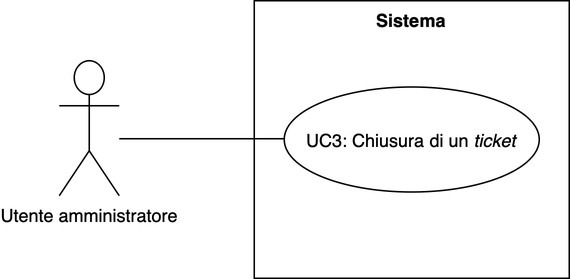
Before: images/uc3.png, a diagram exported from draw.io (EndyXVIII/thesis-unipd). Source tidied: cells renumbered, new cells last; positions are measured from the earlier drawing's top-left corner, leaving out a move shared by most shapes.
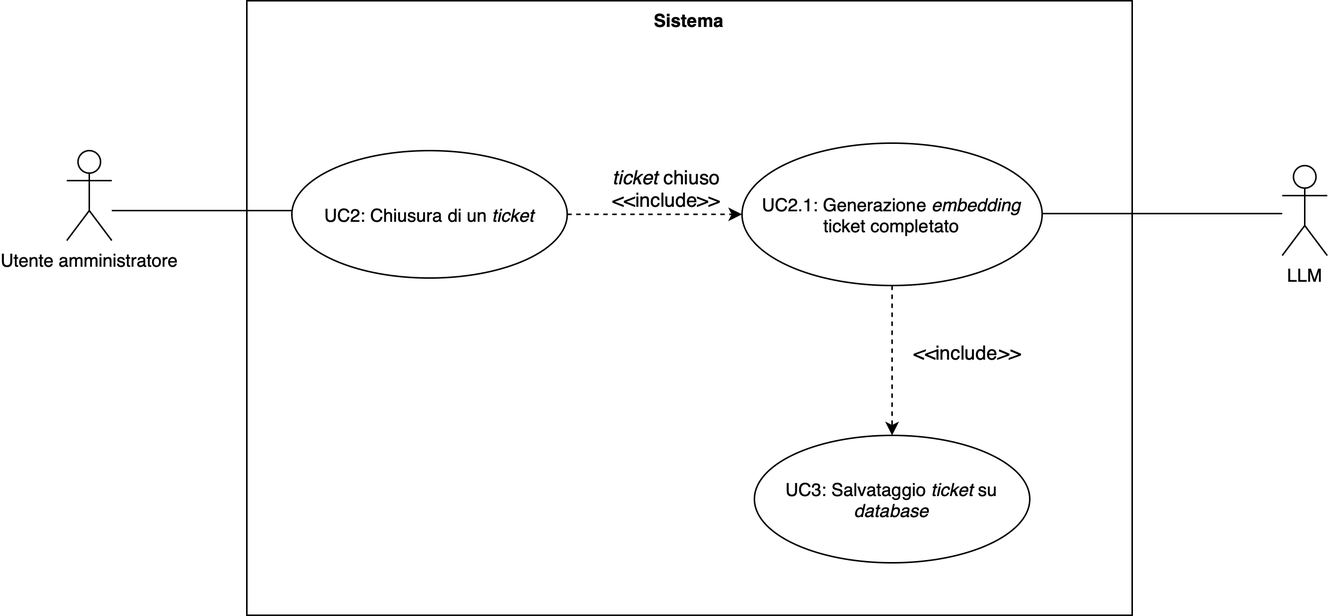
After the commit.

Diff of the diagram source:
```diff
@@ -2,20 +2,47 @@
   <root>
     <mxCell id="0" />
     <mxCell id="1" parent="0" />
-    <mxCell id="2" value="Utente amministratore" style="shape=umlActor;verticalLabelPosition=bottom;verticalAlign=top;html=1;" parent="1" vertex="1">
-      <mxGeometry y="40" width="40" height="90" as="geometry" />
+    <mxCell id="2" value="Utente amministratore&lt;div&gt;&lt;br&gt;&lt;/div&gt;" style="shape=umlActor;verticalLabelPosition=bottom;verticalAlign=top;html=1;" parent="1" vertex="1">
+      <mxGeometry x="-160" y="110" width="30" height="60" as="geometry" />
     </mxCell>
     <mxCell id="3" value="Sistema" style="shape=rect;html=1;verticalAlign=top;fontStyle=1;whiteSpace=wrap;align=center;" parent="1" vertex="1">
-      <mxGeometry x="130" width="210" height="185" as="geometry" />
+      <mxGeometry x="-40" y="10" width="590" height="410" as="geometry" />
     </mxCell>
-    <mxCell id="4" value="UC3: Chiusura di un &lt;i&gt;ticket&lt;/i&gt;" style="ellipse;whiteSpace=wrap;html=1;" parent="1" vertex="1">
-      <mxGeometry x="150" y="57.5" width="170" height="70" as="geometry" />
+    <mxCell id="4" style="edgeStyle=orthogonalEdgeStyle;rounded=0;jettySize=auto;html=1;entryX=0;entryY=0.5;entryDx=0;entryDy=0;dashed=1;" parent="1" edge="1" source="5" target="7">
+      <mxGeometry relative="1" as="geometry" />
     </mxCell>
-    <mxCell id="5" style="edgeStyle=none;html=1;endArrow=none;verticalAlign=bottom;rounded=0;" parent="1" edge="1">
-      <mxGeometry relative="1" as="geometry">
-        <mxPoint x="40" y="92" as="sourcePoint" />
-        <mxPoint x="150" y="92" as="targetPoint" />
-      </mxGeometry>
+    <mxCell id="5" value="UC2: Chiusura di un&amp;nbsp;&lt;i&gt;ticket&lt;/i&gt;" style="ellipse;whiteSpace=wrap;html=1;" parent="1" vertex="1">
+      <mxGeometry x="-10" y="110" width="183.5" height="85" as="geometry" />
     </mxCell>
+    <mxCell id="6" style="edgeStyle=orthogonalEdgeStyle;rounded=0;jettySize=auto;html=1;dashed=1;" parent="1" edge="1" source="7" target="8">
+      <mxGeometry relative="1" as="geometry" />
+    </mxCell>
+    <mxCell id="7" value="UC2.1: Generazione&amp;nbsp;&lt;i&gt;embedding&lt;/i&gt; ticket completato" style="ellipse;whiteSpace=wrap;html=1;" parent="1" vertex="1">
+      <mxGeometry x="290" y="105" width="200" height="95" as="geometry" />
+    </mxCell>
+    <mxCell id="8" value="UC3: Salvataggio &lt;i&gt;ticket&lt;/i&gt; su &lt;i&gt;database&lt;/i&gt;" style="ellipse;whiteSpace=wrap;html=1;" parent="1" vertex="1">
+      <mxGeometry x="298.2" y="300" width="183.5" height="85" as="geometry" />
+    </mxCell>
+    <mxCell id="9" value="&lt;div&gt;LLM&lt;/div&gt;" style="shape=umlActor;verticalLabelPosition=bottom;verticalAlign=top;html=1;" parent="1" vertex="1">
+      <mxGeometry x="650" y="120" width="30" height="60" as="geometry" />
+    </mxCell>
+    <mxCell id="10" style="edgeStyle=none;html=1;endArrow=none;verticalAlign=bottom;rounded=0;" parent="1" edge="1">
+      <mxGeometry relative="1" as="geometry">
+        <mxPoint x="490" y="152" as="sourcePoint" />
+        <mxPoint x="650" y="152" as="targetPoint" />
+      </mxGeometry>
+    </mxCell>
+    <mxCell id="11" style="edgeStyle=none;html=1;endArrow=none;verticalAlign=bottom;rounded=0;" parent="1" edge="1">
+      <mxGeometry relative="1" as="geometry">
+        <mxPoint x="-130" y="150" as="sourcePoint" />
+        <mxPoint x="-10" y="150" as="targetPoint" />
+      </mxGeometry>
+    </mxCell>
+    <mxCell id="12" value="&lt;font style=&quot;font-size: 13px;&quot;&gt;&lt;i&gt;ticket&lt;/i&gt;&amp;nbsp;chiuso&lt;/font&gt;&lt;div style=&quot;font-size: 13px;&quot;&gt;&lt;font style=&quot;font-size: 13px;&quot;&gt;&amp;lt;&amp;lt;include&amp;gt;&amp;gt;&lt;/font&gt;&lt;/div&gt;" style="text;html=1;align=center;verticalAlign=middle;whiteSpace=wrap;rounded=0;" parent="1" vertex="1">
+      <mxGeometry x="210" y="120" width="60" height="30" as="geometry" />
+    </mxCell>
+    <mxCell id="13" value="&lt;font size=&quot;2&quot;&gt;&lt;i&gt;&amp;lt;&amp;lt;&lt;/i&gt;include&lt;i&gt;&amp;gt;&amp;gt;&lt;/i&gt;&lt;/font&gt;" style="text;html=1;align=center;verticalAlign=middle;whiteSpace=wrap;rounded=0;" parent="1" vertex="1">
+      <mxGeometry x="410" y="230" width="60" height="30" as="geometry" />
+    </mxCell>
   </root>
 </mxGraphModel>
```
